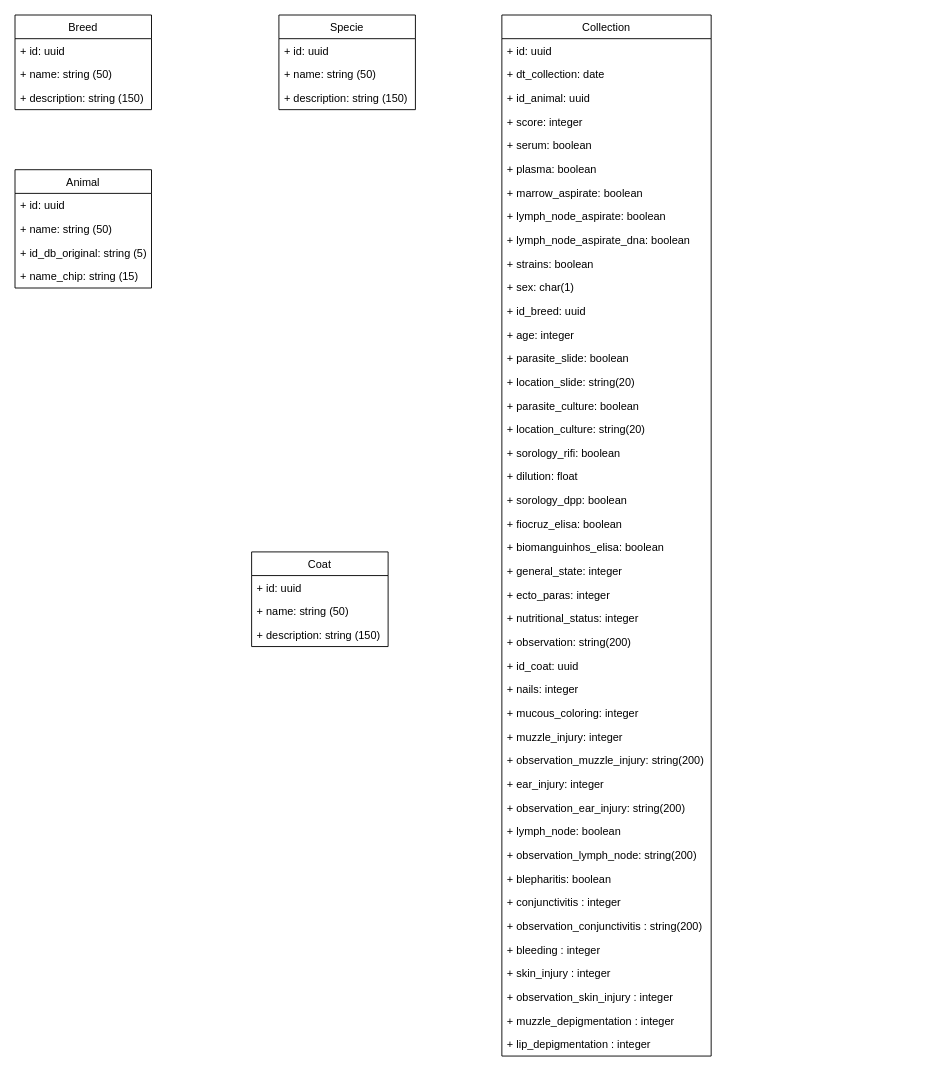
Earlier version of the draw.io diagram Documents/Diagrama.drawio (infopontes/dsleish). Source tidied: cells renumbered, new cells numbered last; positions are measured from the earlier drawing's top-left corner, leaving out a move shared by most shapes. Both pictures are drawn from the tidied source at 91%, with x=0, y=0 at pixel (15, 15).
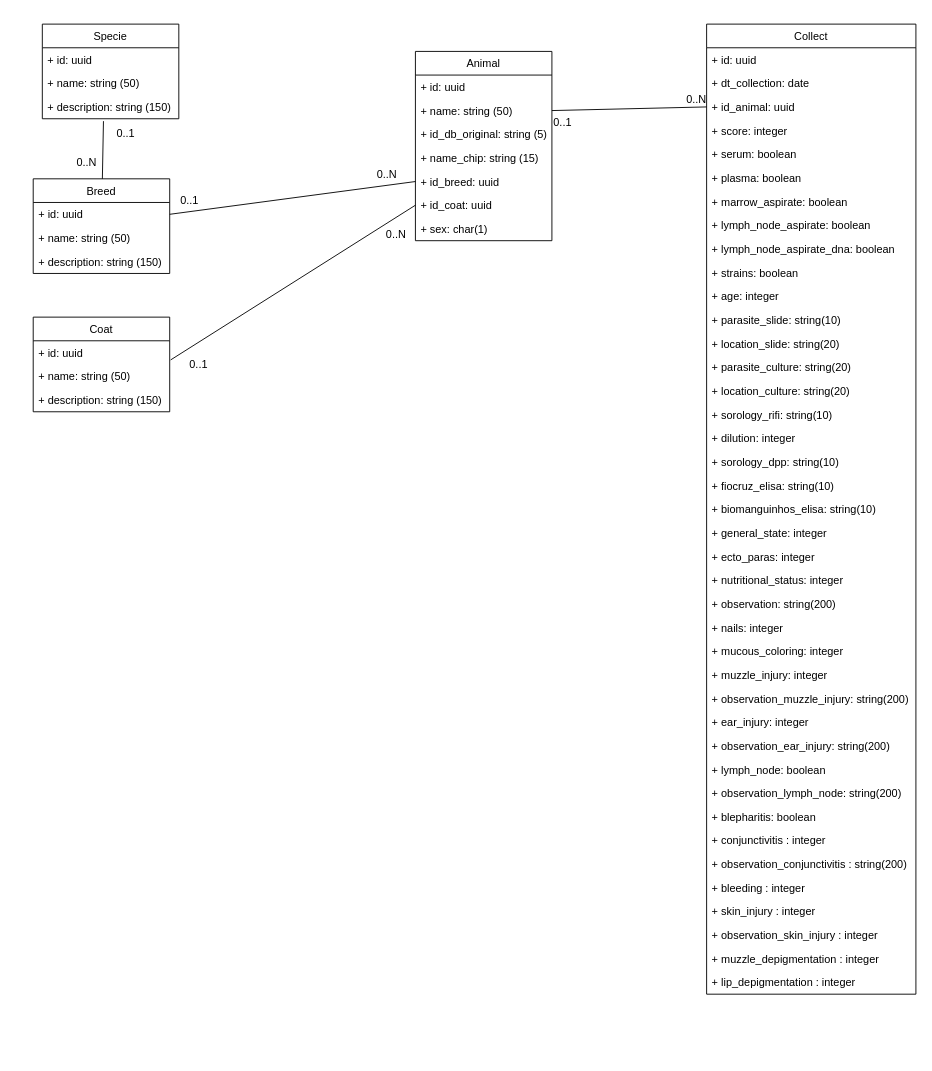
After the change.

The change refers to these unchanged cells:
```xml
<mxCell id="3" value="+ id: uuid" style="text;strokeColor=none;fillColor=none;align=left;verticalAlign=top;spacingLeft=4;spacingRight=4;overflow=hidden;points=[[0,0.5],[1,0.5]];portConstraint=eastwest;" parent="2" vertex="1">
  <mxGeometry y="26" width="150" height="26" as="geometry" />
</mxCell>
<mxCell id="9" value="+ description: string (150)" style="text;strokeColor=none;fillColor=none;align=left;verticalAlign=top;spacingLeft=4;spacingRight=4;overflow=hidden;points=[[0,0.5],[1,0.5]];portConstraint=eastwest;" parent="6" vertex="1">
  <mxGeometry y="78" width="150" height="26" as="geometry" />
</mxCell>
<mxCell id="12" value="+ name: string (50)" style="text;strokeColor=none;fillColor=none;align=left;verticalAlign=top;spacingLeft=4;spacingRight=4;overflow=hidden;points=[[0,0.5],[1,0.5]];portConstraint=eastwest;" parent="10" vertex="1">
  <mxGeometry y="52" width="150" height="26" as="geometry" />
</mxCell>
<mxCell id="18" value="+ id_animal: uuid" style="text;strokeColor=none;fillColor=none;align=left;verticalAlign=top;spacingLeft=4;spacingRight=4;overflow=hidden;points=[[0,0.5],[1,0.5]];portConstraint=eastwest;" parent="15" vertex="1">
  <mxGeometry y="78" width="230" height="26" as="geometry" />
</mxCell>
<mxCell id="60" value="+ id: uuid" style="text;strokeColor=none;fillColor=none;align=left;verticalAlign=top;spacingLeft=4;spacingRight=4;overflow=hidden;points=[[0,0.5],[1,0.5]];portConstraint=eastwest;" parent="59" vertex="1">
  <mxGeometry y="26" width="150" height="26" as="geometry" />
</mxCell>
```

Diff of the diagram source:
```diff
@@
     <mxCell id="2" value="Breed" style="swimlane;fontStyle=0;horizontal=1;startSize=26;fillColor=none;" parent="1" vertex="1">
-      <mxGeometry width="150" height="104" as="geometry" />
+      <mxGeometry x="20" y="180" width="150" height="104" as="geometry" />
     </mxCell>
@@
     <mxCell id="6" value="Specie" style="swimlane;fontStyle=0;horizontal=1;startSize=26;fillColor=none;" parent="1" vertex="1">
-      <mxGeometry x="290" width="150" height="104" as="geometry" />
+      <mxGeometry x="30" y="10" width="150" height="104" as="geometry" />
     </mxCell>
@@
     <mxCell id="10" value="Animal" style="swimlane;fontStyle=0;horizontal=1;startSize=26;fillColor=none;" parent="1" vertex="1">
-      <mxGeometry y="170" width="150" height="130" as="geometry" />
+      <mxGeometry x="440" y="40" width="150" height="208" as="geometry" />
     </mxCell>
@@
+    <mxCell id="27" value="+ id_breed: uuid" style="text;strokeColor=none;fillColor=none;align=left;verticalAlign=top;spacingLeft=4;spacingRight=4;overflow=hidden;points=[[0,0.5],[1,0.5]];portConstraint=eastwest;" parent="10" vertex="1">
+      <mxGeometry y="130" width="150" height="26" as="geometry" />
+    </mxCell>
+    <mxCell id="42" value="+ id_coat: uuid" style="text;strokeColor=none;fillColor=none;align=left;verticalAlign=top;spacingLeft=4;spacingRight=4;overflow=hidden;points=[[0,0.5],[1,0.5]];portConstraint=eastwest;" parent="10" vertex="1">
+      <mxGeometry y="156" width="150" height="26" as="geometry" />
+    </mxCell>
+    <mxCell id="26" value="+ sex: char(1)" style="text;strokeColor=none;fillColor=none;align=left;verticalAlign=top;spacingLeft=4;spacingRight=4;overflow=hidden;" parent="10" vertex="1">
+      <mxGeometry y="182" width="150" height="26" as="geometry" />
+    </mxCell>
-    <mxCell id="15" value="Collection" style="swimlane;fontStyle=0;horizontal=1;startSize=26;fillColor=none;" parent="1" vertex="1">
-      <mxGeometry x="535" width="230" height="1144" as="geometry" />
+    <mxCell id="15" value="Collect" style="swimlane;fontStyle=0;horizontal=1;startSize=26;fillColor=none;" parent="1" vertex="1">
+      <mxGeometry x="760" y="10" width="230" height="1066" as="geometry" />
     </mxCell>
@@
-    <mxCell id="26" value="+ sex: char(1)" style="text;strokeColor=none;fillColor=none;align=left;verticalAlign=top;spacingLeft=4;spacingRight=4;overflow=hidden;" parent="15" vertex="1">
-      <mxGeometry y="286" width="230" height="26" as="geometry" />
-    </mxCell>
-    <mxCell id="27" value="+ id_breed: uuid" style="text;strokeColor=none;fillColor=none;align=left;verticalAlign=top;spacingLeft=4;spacingRight=4;overflow=hidden;points=[[0,0.5],[1,0.5]];portConstraint=eastwest;" parent="15" vertex="1">
-      <mxGeometry y="312" width="230" height="26" as="geometry" />
-    </mxCell>
     <mxCell id="28" value="+ age: integer" style="text;strokeColor=none;fillColor=none;align=left;verticalAlign=top;spacingLeft=4;spacingRight=4;overflow=hidden;" parent="15" vertex="1">
-      <mxGeometry y="338" width="230" height="26" as="geometry" />
+      <mxGeometry y="286" width="230" height="26" as="geometry" />
     </mxCell>
-    <mxCell id="29" value="+ parasite_slide: boolean" style="text;strokeColor=none;fillColor=none;align=left;verticalAlign=top;spacingLeft=4;spacingRight=4;overflow=hidden;" parent="15" vertex="1">
-      <mxGeometry y="364" width="230" height="26" as="geometry" />
+    <mxCell id="29" value="+ parasite_slide: string(10)" style="text;strokeColor=none;fillColor=none;align=left;verticalAlign=top;spacingLeft=4;spacingRight=4;overflow=hidden;" parent="15" vertex="1">
+      <mxGeometry y="312" width="230" height="26" as="geometry" />
     </mxCell>
     <mxCell id="30" value="+ location_slide: string(20)" style="text;strokeColor=none;fillColor=none;align=left;verticalAlign=top;spacingLeft=4;spacingRight=4;overflow=hidden;" parent="15" vertex="1">
-      <mxGeometry y="390" width="230" height="26" as="geometry" />
+      <mxGeometry y="338" width="230" height="26" as="geometry" />
     </mxCell>
-    <mxCell id="31" value="+ parasite_culture: boolean" style="text;strokeColor=none;fillColor=none;align=left;verticalAlign=top;spacingLeft=4;spacingRight=4;overflow=hidden;" parent="15" vertex="1">
-      <mxGeometry y="416" width="230" height="26" as="geometry" />
+    <mxCell id="31" value="+ parasite_culture: string(20)" style="text;strokeColor=none;fillColor=none;align=left;verticalAlign=top;spacingLeft=4;spacingRight=4;overflow=hidden;" parent="15" vertex="1">
+      <mxGeometry y="364" width="230" height="26" as="geometry" />
     </mxCell>
     <mxCell id="32" value="+ location_culture: string(20)" style="text;strokeColor=none;fillColor=none;align=left;verticalAlign=top;spacingLeft=4;spacingRight=4;overflow=hidden;" parent="15" vertex="1">
-      <mxGeometry y="442" width="230" height="26" as="geometry" />
+      <mxGeometry y="390" width="230" height="26" as="geometry" />
     </mxCell>
-    <mxCell id="33" value="+ sorology_rifi: boolean" style="text;strokeColor=none;fillColor=none;align=left;verticalAlign=top;spacingLeft=4;spacingRight=4;overflow=hidden;" parent="15" vertex="1">
-      <mxGeometry y="468" width="230" height="26" as="geometry" />
+    <mxCell id="33" value="+ sorology_rifi: string(10)" style="text;strokeColor=none;fillColor=none;align=left;verticalAlign=top;spacingLeft=4;spacingRight=4;overflow=hidden;" parent="15" vertex="1">
+      <mxGeometry y="416" width="230" height="26" as="geometry" />
     </mxCell>
-    <mxCell id="34" value="+ dilution: float" style="text;strokeColor=none;fillColor=none;align=left;verticalAlign=top;spacingLeft=4;spacingRight=4;overflow=hidden;" parent="15" vertex="1">
-      <mxGeometry y="494" width="230" height="26" as="geometry" />
+    <mxCell id="34" value="+ dilution: integer" style="text;strokeColor=none;fillColor=none;align=left;verticalAlign=top;spacingLeft=4;spacingRight=4;overflow=hidden;" parent="15" vertex="1">
+      <mxGeometry y="442" width="230" height="26" as="geometry" />
     </mxCell>
-    <mxCell id="35" value="+ sorology_dpp: boolean" style="text;strokeColor=none;fillColor=none;align=left;verticalAlign=top;spacingLeft=4;spacingRight=4;overflow=hidden;" parent="15" vertex="1">
-      <mxGeometry y="520" width="230" height="26" as="geometry" />
+    <mxCell id="35" value="+ sorology_dpp: string(10)" style="text;strokeColor=none;fillColor=none;align=left;verticalAlign=top;spacingLeft=4;spacingRight=4;overflow=hidden;" parent="15" vertex="1">
+      <mxGeometry y="468" width="230" height="26" as="geometry" />
     </mxCell>
-    <mxCell id="36" value="+ fiocruz_elisa: boolean" style="text;strokeColor=none;fillColor=none;align=left;verticalAlign=top;spacingLeft=4;spacingRight=4;overflow=hidden;" parent="15" vertex="1">
-      <mxGeometry y="546" width="230" height="26" as="geometry" />
+    <mxCell id="36" value="+ fiocruz_elisa: string(10)" style="text;strokeColor=none;fillColor=none;align=left;verticalAlign=top;spacingLeft=4;spacingRight=4;overflow=hidden;" parent="15" vertex="1">
+      <mxGeometry y="494" width="230" height="26" as="geometry" />
     </mxCell>
-    <mxCell id="37" value="+ biomanguinhos_elisa: boolean" style="text;strokeColor=none;fillColor=none;align=left;verticalAlign=top;spacingLeft=4;spacingRight=4;overflow=hidden;" parent="15" vertex="1">
-      <mxGeometry y="572" width="230" height="26" as="geometry" />
+    <mxCell id="37" value="+ biomanguinhos_elisa: string(10)" style="text;strokeColor=none;fillColor=none;align=left;verticalAlign=top;spacingLeft=4;spacingRight=4;overflow=hidden;" parent="15" vertex="1">
+      <mxGeometry y="520" width="230" height="26" as="geometry" />
     </mxCell>
     <mxCell id="38" value="+ general_state: integer" style="text;strokeColor=none;fillColor=none;align=left;verticalAlign=top;spacingLeft=4;spacingRight=4;overflow=hidden;" parent="15" vertex="1">
-      <mxGeometry y="598" width="230" height="26" as="geometry" />
+      <mxGeometry y="546" width="230" height="26" as="geometry" />
     </mxCell>
     <mxCell id="39" value="+ ecto_paras: integer" style="text;strokeColor=none;fillColor=none;align=left;verticalAlign=top;spacingLeft=4;spacingRight=4;overflow=hidden;" parent="15" vertex="1">
-      <mxGeometry y="624" width="230" height="26" as="geometry" />
+      <mxGeometry y="572" width="230" height="26" as="geometry" />
     </mxCell>
     <mxCell id="40" value="+ nutritional_status: integer" style="text;strokeColor=none;fillColor=none;align=left;verticalAlign=top;spacingLeft=4;spacingRight=4;overflow=hidden;" parent="15" vertex="1">
-      <mxGeometry y="650" width="230" height="26" as="geometry" />
+      <mxGeometry y="598" width="230" height="26" as="geometry" />
     </mxCell>
     <mxCell id="41" value="+ observation: string(200)" style="text;strokeColor=none;fillColor=none;align=left;verticalAlign=top;spacingLeft=4;spacingRight=4;overflow=hidden;" parent="15" vertex="1">
-      <mxGeometry y="676" width="230" height="26" as="geometry" />
+      <mxGeometry y="624" width="230" height="26" as="geometry" />
     </mxCell>
-    <mxCell id="42" value="+ id_coat: uuid" style="text;strokeColor=none;fillColor=none;align=left;verticalAlign=top;spacingLeft=4;spacingRight=4;overflow=hidden;points=[[0,0.5],[1,0.5]];portConstraint=eastwest;" parent="15" vertex="1">
-      <mxGeometry y="702" width="230" height="26" as="geometry" />
-    </mxCell>
     <mxCell id="43" value="+ nails: integer" style="text;strokeColor=none;fillColor=none;align=left;verticalAlign=top;spacingLeft=4;spacingRight=4;overflow=hidden;" parent="15" vertex="1">
-      <mxGeometry y="728" width="230" height="26" as="geometry" />
+      <mxGeometry y="650" width="230" height="26" as="geometry" />
     </mxCell>
     <mxCell id="44" value="+ mucous_coloring: integer" style="text;strokeColor=none;fillColor=none;align=left;verticalAlign=top;spacingLeft=4;spacingRight=4;overflow=hidden;" parent="15" vertex="1">
-      <mxGeometry y="754" width="230" height="26" as="geometry" />
+      <mxGeometry y="676" width="230" height="26" as="geometry" />
     </mxCell>
     <mxCell id="45" value="+ muzzle_injury: integer" style="text;strokeColor=none;fillColor=none;align=left;verticalAlign=top;spacingLeft=4;spacingRight=4;overflow=hidden;" parent="15" vertex="1">
-      <mxGeometry y="780" width="230" height="26" as="geometry" />
+      <mxGeometry y="702" width="230" height="26" as="geometry" />
     </mxCell>
     <mxCell id="46" value="+ observation_muzzle_injury: string(200)" style="text;strokeColor=none;fillColor=none;align=left;verticalAlign=top;spacingLeft=4;spacingRight=4;overflow=hidden;" parent="15" vertex="1">
-      <mxGeometry y="806" width="230" height="26" as="geometry" />
+      <mxGeometry y="728" width="230" height="26" as="geometry" />
     </mxCell>
     <mxCell id="47" value="+ ear_injury: integer" style="text;strokeColor=none;fillColor=none;align=left;verticalAlign=top;spacingLeft=4;spacingRight=4;overflow=hidden;" parent="15" vertex="1">
-      <mxGeometry y="832" width="230" height="26" as="geometry" />
+      <mxGeometry y="754" width="230" height="26" as="geometry" />
     </mxCell>
     <mxCell id="48" value="+ observation_ear_injury: string(200)" style="text;strokeColor=none;fillColor=none;align=left;verticalAlign=top;spacingLeft=4;spacingRight=4;overflow=hidden;" parent="15" vertex="1">
-      <mxGeometry y="858" width="230" height="26" as="geometry" />
+      <mxGeometry y="780" width="230" height="26" as="geometry" />
     </mxCell>
     <mxCell id="49" value="+ lymph_node: boolean" style="text;strokeColor=none;fillColor=none;align=left;verticalAlign=top;spacingLeft=4;spacingRight=4;overflow=hidden;" parent="15" vertex="1">
-      <mxGeometry y="884" width="230" height="26" as="geometry" />
+      <mxGeometry y="806" width="230" height="26" as="geometry" />
     </mxCell>
     <mxCell id="50" value="+ observation_lymph_node: string(200)" style="text;strokeColor=none;fillColor=none;align=left;verticalAlign=top;spacingLeft=4;spacingRight=4;overflow=hidden;" parent="15" vertex="1">
-      <mxGeometry y="910" width="230" height="26" as="geometry" />
+      <mxGeometry y="832" width="230" height="26" as="geometry" />
     </mxCell>
     <mxCell id="51" value="+ blepharitis: boolean" style="text;strokeColor=none;fillColor=none;align=left;verticalAlign=top;spacingLeft=4;spacingRight=4;overflow=hidden;" parent="15" vertex="1">
-      <mxGeometry y="936" width="230" height="26" as="geometry" />
+      <mxGeometry y="858" width="230" height="26" as="geometry" />
     </mxCell>
     <mxCell id="52" value="+ conjunctivitis : integer" style="text;strokeColor=none;fillColor=none;align=left;verticalAlign=top;spacingLeft=4;spacingRight=4;overflow=hidden;" parent="15" vertex="1">
-      <mxGeometry y="962" width="230" height="26" as="geometry" />
+      <mxGeometry y="884" width="230" height="26" as="geometry" />
     </mxCell>
     <mxCell id="53" value="+ observation_conjunctivitis : string(200)" style="text;strokeColor=none;fillColor=none;align=left;verticalAlign=top;spacingLeft=4;spacingRight=4;overflow=hidden;" parent="15" vertex="1">
-      <mxGeometry y="988" width="230" height="26" as="geometry" />
+      <mxGeometry y="910" width="230" height="26" as="geometry" />
     </mxCell>
     <mxCell id="54" value="+ bleeding : integer" style="text;strokeColor=none;fillColor=none;align=left;verticalAlign=top;spacingLeft=4;spacingRight=4;overflow=hidden;" parent="15" vertex="1">
-      <mxGeometry y="1014" width="230" height="26" as="geometry" />
+      <mxGeometry y="936" width="230" height="26" as="geometry" />
     </mxCell>
     <mxCell id="55" value="+ skin_injury : integer" style="text;strokeColor=none;fillColor=none;align=left;verticalAlign=top;spacingLeft=4;spacingRight=4;overflow=hidden;" parent="15" vertex="1">
-      <mxGeometry y="1040" width="230" height="26" as="geometry" />
+      <mxGeometry y="962" width="230" height="26" as="geometry" />
     </mxCell>
     <mxCell id="56" value="+ observation_skin_injury : integer" style="text;strokeColor=none;fillColor=none;align=left;verticalAlign=top;spacingLeft=4;spacingRight=4;overflow=hidden;" parent="15" vertex="1">
-      <mxGeometry y="1066" width="230" height="26" as="geometry" />
+      <mxGeometry y="988" width="230" height="26" as="geometry" />
     </mxCell>
     <mxCell id="57" value="+ muzzle_depigmentation : integer" style="text;strokeColor=none;fillColor=none;align=left;verticalAlign=top;spacingLeft=4;spacingRight=4;overflow=hidden;" parent="15" vertex="1">
-      <mxGeometry y="1092" width="230" height="26" as="geometry" />
+      <mxGeometry y="1014" width="230" height="26" as="geometry" />
     </mxCell>
     <mxCell id="58" value="+ lip_depigmentation : integer" style="text;strokeColor=none;fillColor=none;align=left;verticalAlign=top;spacingLeft=4;spacingRight=4;overflow=hidden;" parent="15" vertex="1">
-      <mxGeometry y="1118" width="230" height="26" as="geometry" />
+      <mxGeometry y="1040" width="230" height="26" as="geometry" />
     </mxCell>
     <mxCell id="59" value="Coat" style="swimlane;fontStyle=0;horizontal=1;startSize=26;fillColor=none;" parent="1" vertex="1">
-      <mxGeometry x="260" y="590" width="150" height="104" as="geometry" />
+      <mxGeometry x="20" y="332" width="150" height="104" as="geometry" />
     </mxCell>
@@
+    <mxCell id="63" style="endArrow=none;html=1;rounded=0;align=center;verticalAlign=top;endFill=0;labelBackgroundColor=none;exitX=1;exitY=0.5;exitDx=0;exitDy=0;entryX=0;entryY=0.5;entryDx=0;entryDy=0;" parent="1" edge="1" source="12" target="18">
+      <mxGeometry relative="1" as="geometry" />
+    </mxCell>
+    <mxCell id="64" value="0..1" style="html=1;align=left;verticalAlign=top;labelBackgroundColor=none;" parent="63" vertex="1">
+      <mxGeometry x="-1" relative="1" as="geometry" />
+    </mxCell>
+    <mxCell id="65" value="0..N" style="html=1;align=right;verticalAlign=bottom;labelBackgroundColor=none;" parent="63" vertex="1">
+      <mxGeometry x="1" relative="1" as="geometry" />
+    </mxCell>
+    <mxCell id="66" style="endArrow=none;html=1;rounded=0;align=center;verticalAlign=top;endFill=0;labelBackgroundColor=none;exitX=1.007;exitY=0.808;exitDx=0;exitDy=0;exitPerimeter=0;entryX=0;entryY=0.5;entryDx=0;entryDy=0;" parent="1" edge="1" source="60" target="42">
+      <mxGeometry relative="1" as="geometry" />
+    </mxCell>
+    <mxCell id="67" value="0..1" style="html=1;align=left;verticalAlign=top;labelBackgroundColor=none;" parent="66" vertex="1">
+      <mxGeometry x="-1" relative="1" as="geometry">
+        <mxPoint x="19" y="-9" as="offset" />
+      </mxGeometry>
+    </mxCell>
+    <mxCell id="68" value="0..N" style="html=1;align=right;verticalAlign=bottom;labelBackgroundColor=none;" parent="66" vertex="1">
+      <mxGeometry x="1" relative="1" as="geometry">
+        <mxPoint x="-10" y="41" as="offset" />
+      </mxGeometry>
+    </mxCell>
+    <mxCell id="69" style="endArrow=none;html=1;rounded=0;align=center;verticalAlign=top;endFill=0;labelBackgroundColor=none;exitX=1;exitY=0.5;exitDx=0;exitDy=0;entryX=0;entryY=0.5;entryDx=0;entryDy=0;" parent="1" edge="1" source="3" target="27">
+      <mxGeometry relative="1" as="geometry" />
+    </mxCell>
+    <mxCell id="70" value="0..1" style="html=1;align=left;verticalAlign=top;labelBackgroundColor=none;" parent="69" vertex="1">
+      <mxGeometry x="-1" relative="1" as="geometry">
+        <mxPoint x="10" y="-29" as="offset" />
+      </mxGeometry>
+    </mxCell>
+    <mxCell id="71" value="0..N" style="html=1;align=right;verticalAlign=bottom;labelBackgroundColor=none;" parent="69" vertex="1">
+      <mxGeometry x="1" relative="1" as="geometry">
+        <mxPoint x="-20" y="1" as="offset" />
+      </mxGeometry>
+    </mxCell>
+    <mxCell id="72" style="endArrow=none;html=1;rounded=0;align=center;verticalAlign=top;endFill=0;labelBackgroundColor=none;exitX=0.448;exitY=1.101;exitDx=0;exitDy=0;exitPerimeter=0;" parent="1" edge="1" source="9" target="2">
+      <mxGeometry relative="1" as="geometry" />
+    </mxCell>
+    <mxCell id="73" value="0..1" style="html=1;align=left;verticalAlign=top;labelBackgroundColor=none;" parent="72" vertex="1">
+      <mxGeometry x="-1" relative="1" as="geometry">
+        <mxPoint x="13" as="offset" />
+      </mxGeometry>
+    </mxCell>
+    <mxCell id="74" value="0..N" style="html=1;align=right;verticalAlign=bottom;labelBackgroundColor=none;" parent="72" vertex="1">
+      <mxGeometry x="1" relative="1" as="geometry">
+        <mxPoint x="-6" y="-10" as="offset" />
+      </mxGeometry>
+    </mxCell>
```
